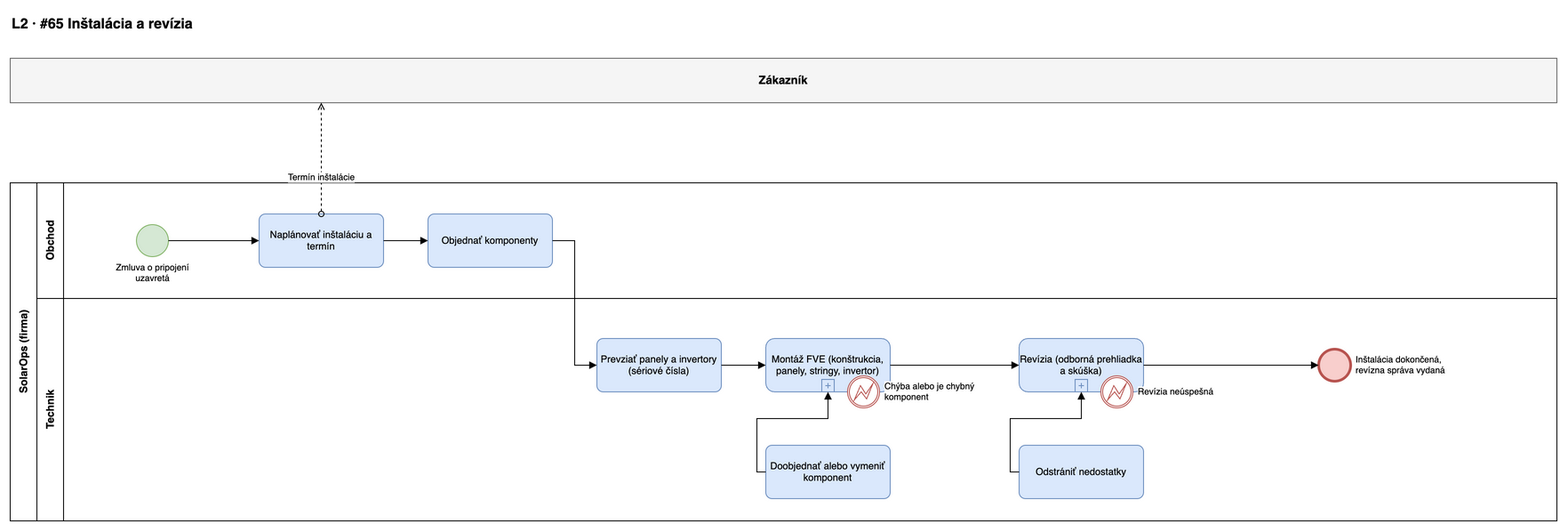
takacmichal/AISPU keeps this draw.io diagram as docs/bpmn/png/65-instalacia.drawio.png. Above is the earlier version. Source tidied: cells renumbered, new cells last; positions are measured from the earlier drawing's top-left corner, leaving out a move shared by most shapes.
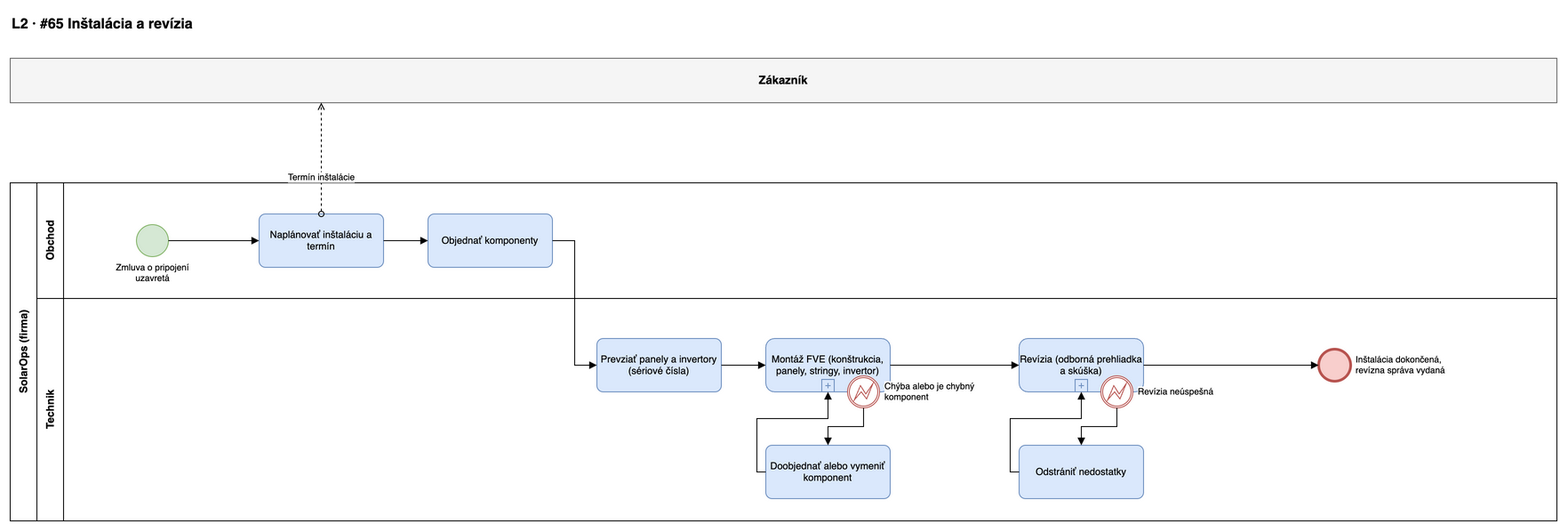
Above is the later version.

What changed in the source:
```diff
@@ -32,30 +32,30 @@
     <mxCell id="11" value="Montáž FVE (konštrukcia, panely, stringy, invertor)" style="shape=mxgraph.bpmn.task;html=1;whiteSpace=wrap;rectStyle=rounded;size=10;taskMarker=abstract;isLoopSub=1;fillColor=#dae8fc;strokeColor=#6c8ebf;fontSize=11;" parent="6" vertex="1">
       <mxGeometry x="820" y="45" width="140" height="60" as="geometry" />
     </mxCell>
-    <mxCell id="12" value="Chýba alebo je chybný&lt;br&gt;komponent" style="shape=mxgraph.bpmn.shape;html=1;labelBackgroundColor=#ffffff;perimeter=ellipsePerimeter;outlineConnect=0;fontSize=10;outline=boundInt;symbol=error;fillColor=#ffffff;strokeColor=#b85450;verticalLabelPosition=middle;verticalAlign=middle;labelPosition=right;align=left;spacingLeft=4;" parent="6" vertex="1">
-      <mxGeometry x="912" y="87" width="36" height="36" as="geometry" />
-    </mxCell>
+    <mxCell id="29" value="Chýba alebo je chybný&lt;br&gt;komponent" style="shape=mxgraph.bpmn.shape;html=1;labelBackgroundColor=#ffffff;perimeter=ellipsePerimeter;outlineConnect=0;fontSize=10;outline=boundInt;symbol=error;fillColor=#ffffff;strokeColor=#b85450;verticalLabelPosition=middle;verticalAlign=middle;labelPosition=right;align=left;spacingLeft=4;" parent="6" vertex="1">
+      <mxGeometry x="912" y="87" width="36" height="36" as="geometry" />
+    </mxCell>
     <mxCell id="13" value="Doobjednať alebo vymeniť komponent" style="rounded=1;whiteSpace=wrap;html=1;arcSize=12;fillColor=#dae8fc;strokeColor=#6c8ebf;fontSize=11;" parent="6" vertex="1">
       <mxGeometry x="820" y="165" width="140" height="60" as="geometry" />
     </mxCell>
     <mxCell id="14" value="Revízia (odborná prehliadka a skúška)" style="shape=mxgraph.bpmn.task;html=1;whiteSpace=wrap;rectStyle=rounded;size=10;taskMarker=abstract;isLoopSub=1;fillColor=#dae8fc;strokeColor=#6c8ebf;fontSize=11;" parent="6" vertex="1">
       <mxGeometry x="1105" y="45" width="140" height="60" as="geometry" />
     </mxCell>
-    <mxCell id="15" value="Revízia neúspešná" style="shape=mxgraph.bpmn.shape;html=1;labelBackgroundColor=#ffffff;perimeter=ellipsePerimeter;outlineConnect=0;fontSize=10;outline=boundInt;symbol=error;fillColor=#ffffff;strokeColor=#b85450;verticalLabelPosition=middle;verticalAlign=middle;labelPosition=right;align=left;spacingLeft=4;" parent="6" vertex="1">
-      <mxGeometry x="1197" y="87" width="36" height="36" as="geometry" />
-    </mxCell>
+    <mxCell id="30" value="Revízia neúspešná" style="shape=mxgraph.bpmn.shape;html=1;labelBackgroundColor=#ffffff;perimeter=ellipsePerimeter;outlineConnect=0;fontSize=10;outline=boundInt;symbol=error;fillColor=#ffffff;strokeColor=#b85450;verticalLabelPosition=middle;verticalAlign=middle;labelPosition=right;align=left;spacingLeft=4;" parent="6" vertex="1">
+      <mxGeometry x="1197" y="87" width="36" height="36" as="geometry" />
+    </mxCell>
     <mxCell id="16" value="Odstrániť nedostatky" style="rounded=1;whiteSpace=wrap;html=1;arcSize=12;fillColor=#dae8fc;strokeColor=#6c8ebf;fontSize=11;" parent="6" vertex="1">
       <mxGeometry x="1105" y="165" width="140" height="60" as="geometry" />
     </mxCell>
     <mxCell id="17" value="Inštalácia dokončená,&lt;br&gt;revízna správa vydaná" style="shape=mxgraph.bpmn.shape;html=1;labelBackgroundColor=#ffffff;perimeter=ellipsePerimeter;outlineConnect=0;fontSize=10;outline=end;symbol=general;fillColor=#f8cecc;strokeColor=#b85450;verticalLabelPosition=middle;verticalAlign=middle;labelPosition=right;align=left;spacingLeft=4;" parent="6" vertex="1">
       <mxGeometry x="1442" y="57" width="36" height="36" as="geometry" />
     </mxCell>
-    <mxCell id="18" style="edgeStyle=orthogonalEdgeStyle;rounded=0;html=1;endArrow=block;endFill=1;fontSize=10;labelBackgroundColor=#ffffff;exitX=1;exitY=0.5;entryX=0;entryY=0.5;" parent="1" edge="1" source="7" target="8">
-      <mxGeometry relative="1" as="geometry" />
-    </mxCell>
-    <mxCell id="19" style="edgeStyle=orthogonalEdgeStyle;rounded=0;html=1;endArrow=block;endFill=1;fontSize=10;labelBackgroundColor=#ffffff;exitX=1;exitY=0.5;entryX=0;entryY=0.5;" parent="1" edge="1" source="8" target="9">
-      <mxGeometry relative="1" as="geometry" />
-    </mxCell>
+    <mxCell id="12" style="edgeStyle=orthogonalEdgeStyle;rounded=0;html=1;endArrow=block;endFill=1;fontSize=10;labelBackgroundColor=#ffffff;exitX=1;exitY=0.5;entryX=0;entryY=0.5;" parent="1" edge="1" source="7" target="8">
+      <mxGeometry relative="1" as="geometry" />
+    </mxCell>
+    <mxCell id="15" style="edgeStyle=orthogonalEdgeStyle;rounded=0;html=1;endArrow=block;endFill=1;fontSize=10;labelBackgroundColor=#ffffff;exitX=1;exitY=0.5;entryX=0;entryY=0.5;" parent="1" edge="1" source="8" target="9">
+      <mxGeometry relative="1" as="geometry" />
+    </mxCell>
     <mxCell id="20" style="edgeStyle=orthogonalEdgeStyle;rounded=0;html=1;endArrow=block;endFill=1;fontSize=10;labelBackgroundColor=#ffffff;exitX=1;exitY=0.5;entryX=0;entryY=0.5;" parent="1" edge="1" source="9" target="10">
       <mxGeometry relative="1" as="geometry" />
     </mxCell>
@@ -68,13 +68,13 @@
     <mxCell id="23" style="edgeStyle=orthogonalEdgeStyle;rounded=0;html=1;endArrow=block;endFill=1;fontSize=10;labelBackgroundColor=#ffffff;exitX=1;exitY=0.5;entryX=0;entryY=0.5;" parent="1" edge="1" source="14" target="17">
       <mxGeometry relative="1" as="geometry" />
     </mxCell>
-    <mxCell id="24" style="edgeStyle=orthogonalEdgeStyle;rounded=0;html=1;endArrow=block;endFill=1;fontSize=10;labelBackgroundColor=#ffffff;exitX=0.5;exitY=1;entryX=0.5;entryY=0;" parent="1" edge="1" source="12" target="13">
+    <mxCell id="24" style="edgeStyle=orthogonalEdgeStyle;rounded=0;html=1;endArrow=block;endFill=1;fontSize=10;labelBackgroundColor=#ffffff;exitX=0.5;exitY=1;entryX=0.5;entryY=0;" parent="1" edge="1" source="29" target="13">
       <mxGeometry relative="1" as="geometry" />
     </mxCell>
     <mxCell id="25" style="edgeStyle=orthogonalEdgeStyle;rounded=0;html=1;endArrow=block;endFill=1;fontSize=10;labelBackgroundColor=#ffffff;exitX=0;exitY=0.5;entryX=0.5;entryY=1;" parent="1" edge="1" source="13" target="11">
       <mxGeometry relative="1" as="geometry" />
     </mxCell>
-    <mxCell id="26" style="edgeStyle=orthogonalEdgeStyle;rounded=0;html=1;endArrow=block;endFill=1;fontSize=10;labelBackgroundColor=#ffffff;exitX=0.5;exitY=1;entryX=0.5;entryY=0;" parent="1" edge="1" source="15" target="16">
+    <mxCell id="26" style="edgeStyle=orthogonalEdgeStyle;rounded=0;html=1;endArrow=block;endFill=1;fontSize=10;labelBackgroundColor=#ffffff;exitX=0.5;exitY=1;entryX=0.5;entryY=0;" parent="1" edge="1" source="30" target="16">
       <mxGeometry relative="1" as="geometry" />
     </mxCell>
     <mxCell id="27" style="edgeStyle=orthogonalEdgeStyle;rounded=0;html=1;endArrow=block;endFill=1;fontSize=10;labelBackgroundColor=#ffffff;exitX=0;exitY=0.5;entryX=0.5;entryY=1;" parent="1" edge="1" source="16" target="14">
```
